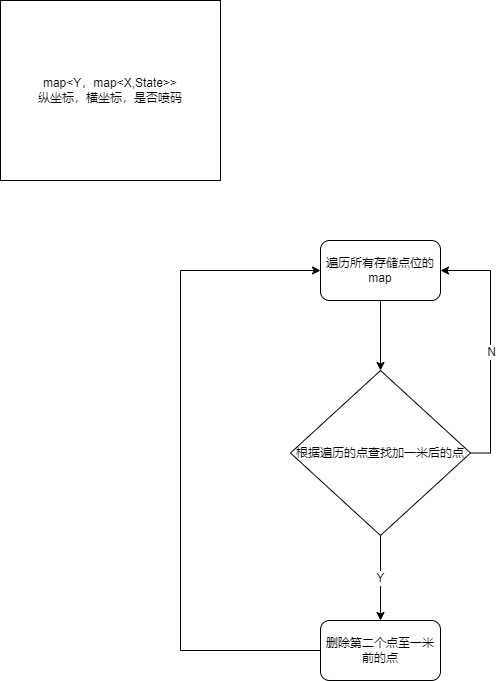
Above: 未命名绘图.drawio.png in Durpe/Drawio (draw.io), before the change. Source tidied: cells renumbered, new cells last; positions are measured from the earlier drawing's top-left corner, leaving out a move shared by most shapes.
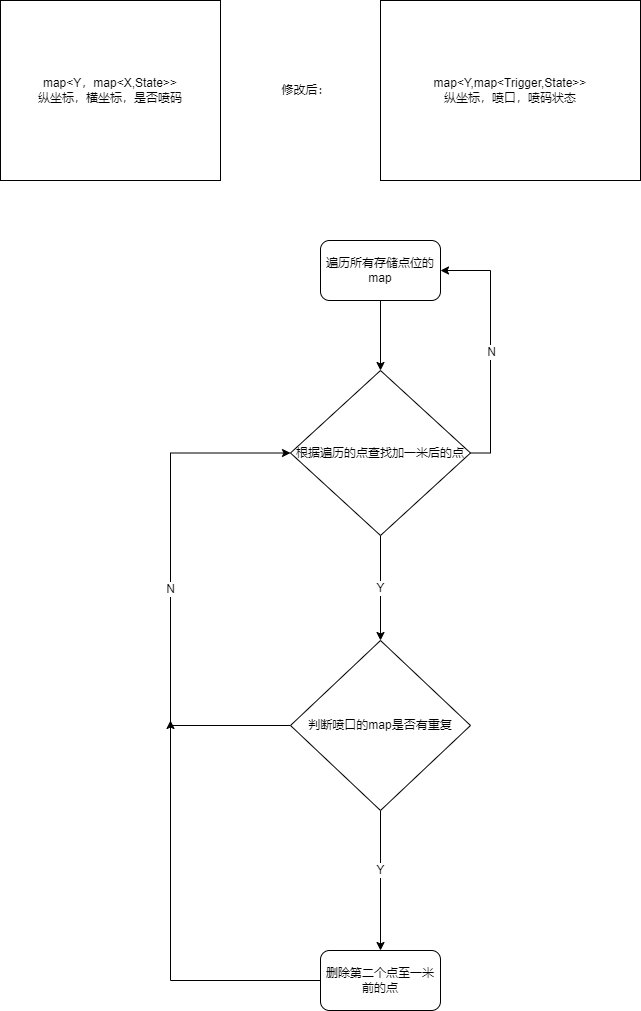
Above is the later version.

Commit message:
更新未命名绘图.drawio.png

Change to the diagram source:
```diff
@@ -18,25 +18,48 @@
         <mxPoint y="1" as="offset" />
       </mxGeometry>
     </mxCell>
-    <mxCell id="6" value="Y" style="edgeStyle=orthogonalEdgeStyle;rounded=0;jettySize=auto;html=1;exitX=0.5;exitY=1;exitDx=0;exitDy=0;" parent="1" edge="1" source="7" target="9">
-      <mxGeometry relative="1" as="geometry" />
+    <mxCell id="6" value="Y" style="edgeStyle=orthogonalEdgeStyle;rounded=0;jettySize=auto;html=1;exitX=0.5;exitY=1;exitDx=0;exitDy=0;" parent="1" edge="1" source="7">
+      <mxGeometry relative="1" as="geometry">
+        <mxPoint x="380" y="640" as="targetPoint" />
+        <Array as="points">
+          <mxPoint x="380" y="590" />
+          <mxPoint x="380" y="590" />
+        </Array>
+      </mxGeometry>
     </mxCell>
     <mxCell id="7" value="根据遍历的点查找加一米后的点" style="rhombus;whiteSpace=wrap;html=1;" parent="1" vertex="1">
       <mxGeometry x="290" y="370" width="180" height="165" as="geometry" />
     </mxCell>
-    <mxCell id="8" style="edgeStyle=orthogonalEdgeStyle;rounded=0;jettySize=auto;html=1;exitX=0;exitY=0.5;exitDx=0;exitDy=0;entryX=0;entryY=0.5;entryDx=0;entryDy=0;" parent="1" edge="1" source="9" target="3">
-      <mxGeometry relative="1" as="geometry">
-        <Array as="points">
-          <mxPoint x="180" y="650" />
-          <mxPoint x="180" y="270" />
-        </Array>
-      </mxGeometry>
-    </mxCell>
+    <mxCell id="11" style="edgeStyle=orthogonalEdgeStyle;rounded=0;jettySize=auto;html=1;" parent="1" edge="1" source="9">
+      <mxGeometry relative="1" as="geometry">
+        <mxPoint x="170" y="720" as="targetPoint" />
+      </mxGeometry>
+    </mxCell>
     <mxCell id="9" value="删除第二个点至一米前的点" style="rounded=1;whiteSpace=wrap;html=1;" parent="1" vertex="1">
-      <mxGeometry x="320" y="620" width="120" height="60" as="geometry" />
+      <mxGeometry x="320" y="950" width="120" height="60" as="geometry" />
     </mxCell>
     <mxCell id="10" value="map&amp;lt;Y，map&amp;lt;X,State&amp;gt;&amp;gt;&lt;br&gt;纵坐标，横坐标，是否喷码" style="rounded=0;whiteSpace=wrap;html=1;" parent="1" vertex="1">
       <mxGeometry width="220" height="180" as="geometry" />
     </mxCell>
+    <mxCell id="12" value="map&amp;lt;Y,map&amp;lt;Trigger,State&amp;gt;&amp;gt;&lt;br&gt;纵坐标，喷口，喷码状态" style="rounded=0;whiteSpace=wrap;html=1;" parent="1" vertex="1">
+      <mxGeometry x="380" width="260" height="180" as="geometry" />
+    </mxCell>
+    <mxCell id="13" value="修改后：" style="text;html=1;align=center;verticalAlign=middle;strokeColor=none;fillColor=none;" parent="1" vertex="1">
+      <mxGeometry x="270" y="75" width="70" height="30" as="geometry" />
+    </mxCell>
+    <mxCell id="14" value="Y" style="edgeStyle=orthogonalEdgeStyle;rounded=0;jettySize=auto;html=1;exitX=0.5;exitY=1;exitDx=0;exitDy=0;entryX=0.5;entryY=0;entryDx=0;entryDy=0;" parent="1" edge="1" source="16" target="9">
+      <mxGeometry x="-0.14" relative="1" as="geometry" />
+    </mxCell>
+    <mxCell id="15" value="N" style="edgeStyle=orthogonalEdgeStyle;rounded=0;jettySize=auto;html=1;exitX=0;exitY=0.5;exitDx=0;exitDy=0;entryX=0;entryY=0.5;entryDx=0;entryDy=0;" parent="1" edge="1" source="16" target="7">
+      <mxGeometry relative="1" as="geometry">
+        <Array as="points">
+          <mxPoint x="170" y="725" />
+          <mxPoint x="170" y="453" />
+        </Array>
+      </mxGeometry>
+    </mxCell>
+    <mxCell id="16" value="判断喷口的map是否有重复" style="rhombus;whiteSpace=wrap;html=1;" parent="1" vertex="1">
+      <mxGeometry x="290" y="640" width="180" height="170" as="geometry" />
+    </mxCell>
   </root>
 </mxGraphModel>
```
